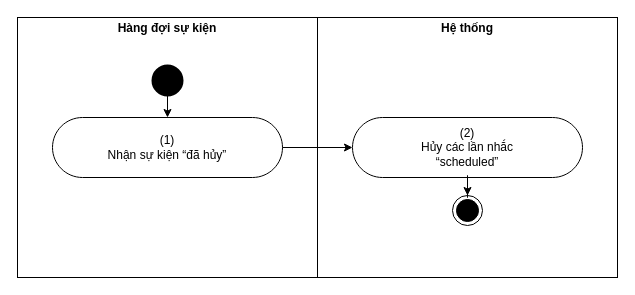
This is page "UC 52 Cancel reminders when an appointment is cancelled" (3 of 8) of docs/02-requirements/srs/dist/diagrams/10-activity-system.drawio from viethung12062005/smart-hospital-platform, a draw.io file, before an edit. Source tidied: cells renumbered, new cells numbered last; positions are measured from the earlier drawing's top-left corner, leaving out a move shared by most shapes. Both pictures are drawn from the tidied source at 100%, with x=0, y=0 at pixel (17, 17).
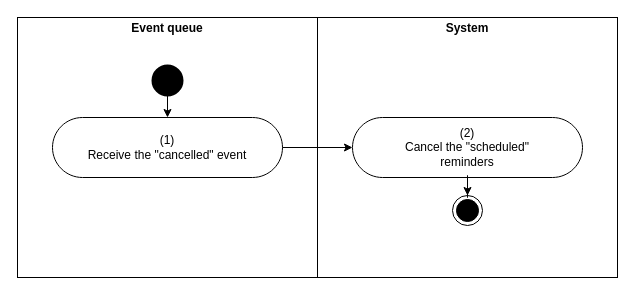
Above is the later version.

Diff of the diagram source:
```diff
@@
 <mxGraphModel>
   <root>
     <mxCell id="0" />
     <mxCell id="1" parent="0" />
-    <mxCell id="2" value="&lt;p style=&quot;margin:0px;margin-top:4px;text-align:center&quot;&gt;&lt;b&gt;Hàng đợi sự kiện&lt;/b&gt;&lt;/p&gt;" style="verticalAlign=top;align=left;overflow=fill;fontSize=12;fontFamily=Helvetica;html=1;rounded=0;shadow=0;strokeColor=#000000;gradientColor=none;whiteSpace=wrap;" parent="1" vertex="1">
+    <mxCell id="2" value="&lt;p style=&quot;margin:0px;margin-top:4px;text-align:center&quot;&gt;&lt;b&gt;Event queue&lt;/b&gt;&lt;/p&gt;" style="verticalAlign=top;align=left;overflow=fill;fontSize=12;fontFamily=Helvetica;html=1;rounded=0;shadow=0;strokeColor=#000000;gradientColor=none;whiteSpace=wrap;" parent="1" vertex="1">
       <mxGeometry width="300" height="260" as="geometry" />
     </mxCell>
-    <mxCell id="3" value="&lt;p style=&quot;margin:0px;margin-top:4px;text-align:center&quot;&gt;&lt;b&gt;Hệ thống&lt;/b&gt;&lt;/p&gt;" style="verticalAlign=top;align=left;overflow=fill;fontSize=12;fontFamily=Helvetica;html=1;rounded=0;shadow=0;strokeColor=#000000;gradientColor=none;whiteSpace=wrap;" parent="1" vertex="1">
+    <mxCell id="3" value="&lt;p style=&quot;margin:0px;margin-top:4px;text-align:center&quot;&gt;&lt;b&gt;System&lt;/b&gt;&lt;/p&gt;" style="verticalAlign=top;align=left;overflow=fill;fontSize=12;fontFamily=Helvetica;html=1;rounded=0;shadow=0;strokeColor=#000000;gradientColor=none;whiteSpace=wrap;" parent="1" vertex="1">
       <mxGeometry x="300" width="300" height="260" as="geometry" />
     </mxCell>
-    <mxCell id="4" value="(1)&lt;br&gt;Nhận sự kiện “đã hủy”" style="html=1;dashed=0;whitespace=wrap;shape=mxgraph.dfd.start;rounded=0;shadow=0;strokeColor=#000000;gradientColor=none;whiteSpace=wrap;fontSize=12;" parent="1" vertex="1">
+    <mxCell id="4" value="(1)&lt;br&gt;Receive the &amp;quot;cancelled&amp;quot; event" style="html=1;dashed=0;whitespace=wrap;shape=mxgraph.dfd.start;rounded=0;shadow=0;strokeColor=#000000;gradientColor=none;whiteSpace=wrap;fontSize=12;" parent="1" vertex="1">
       <mxGeometry x="35" y="100" width="230" height="60" as="geometry" />
     </mxCell>
-    <mxCell id="5" value="(2)&lt;br&gt;Hủy các lần nhắc&lt;br&gt;“scheduled”" style="html=1;dashed=0;whitespace=wrap;shape=mxgraph.dfd.start;rounded=0;shadow=0;strokeColor=#000000;gradientColor=none;whiteSpace=wrap;fontSize=12;" parent="1" vertex="1">
+    <mxCell id="5" value="(2)&lt;br&gt;Cancel the &amp;quot;scheduled&amp;quot;&lt;br&gt;reminders" style="html=1;dashed=0;whitespace=wrap;shape=mxgraph.dfd.start;rounded=0;shadow=0;strokeColor=#000000;gradientColor=none;whiteSpace=wrap;fontSize=12;" parent="1" vertex="1">
       <mxGeometry x="335" y="100" width="230" height="60" as="geometry" />
     </mxCell>
     <mxCell id="6" style="strokeWidth=2;html=1;shape=mxgraph.flowchart.start_2;whiteSpace=wrap;rounded=0;shadow=0;gradientColor=none;fillColor=#000000;" parent="1" vertex="1">
       <mxGeometry x="135" y="48" width="30" height="30" as="geometry" />
     </mxCell>
     <mxCell id="7" style="edgeStyle=orthogonalEdgeStyle;rounded=0;jettySize=auto;html=1;" parent="1" edge="1" source="6" target="4">
       <mxGeometry relative="1" as="geometry" />
     </mxCell>
     <mxCell id="8" style="edgeStyle=orthogonalEdgeStyle;rounded=0;jettySize=auto;html=1;" parent="1" edge="1" source="4" target="5">
       <mxGeometry relative="1" as="geometry" />
     </mxCell>
     <mxCell id="9" style="ellipse;html=1;shape=endState;fillColor=#000000;rounded=0;shadow=0;whiteSpace=wrap;" parent="1" vertex="1">
       <mxGeometry x="435" y="178" width="30" height="30" as="geometry" />
     </mxCell>
     <mxCell id="10" style="edgeStyle=orthogonalEdgeStyle;rounded=0;jettySize=auto;html=1;" parent="1" edge="1" source="5" target="9">
       <mxGeometry relative="1" as="geometry" />
     </mxCell>
   </root>
 </mxGraphModel>
```
